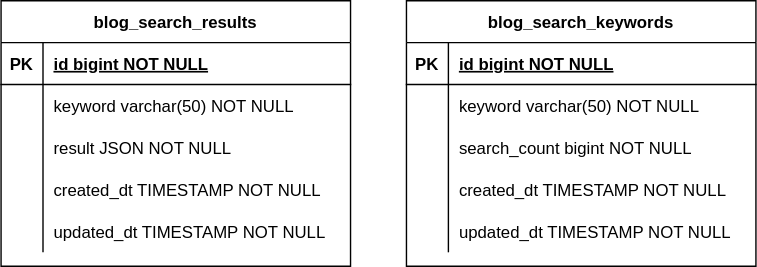
Above: blog-search-erd.svg in ChangwookYang/blog-search-service (draw.io), before the change. Source tidied: cells renumbered, new cells last; positions are measured from the earlier drawing's top-left corner, leaving out a move shared by most shapes.
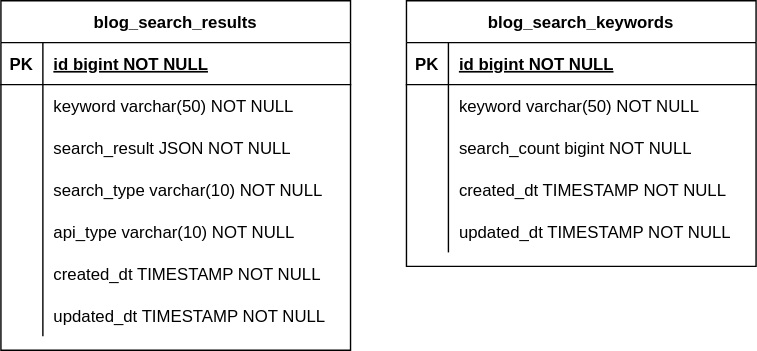
Above is the later version.

Commit message:
#11 - blog_search_results ERD 변경사항 업데이트

What changed in the source:
```diff
@@ -51,7 +51,7 @@
       <mxGeometry x="30" width="220" height="30" as="geometry" />
     </mxCell>
     <mxCell id="18" value="blog_search_results" style="shape=table;startSize=30;rowLines=0;fontStyle=1;align=center;" parent="1" vertex="1">
-      <mxGeometry width="250" height="190" as="geometry" />
+      <mxGeometry width="250" height="250" as="geometry" />
     </mxCell>
     <mxCell id="19" style="shape=partialRectangle;fillColor=none;top=0;left=0;right=0;bottom=1;" parent="18" vertex="1">
       <mxGeometry y="30" width="250" height="30" as="geometry" />
@@ -77,11 +77,29 @@
     <mxCell id="26" style="shape=partialRectangle;overflow=hidden;fillColor=none;top=0;left=0;bottom=0;right=0;" parent="25" vertex="1">
       <mxGeometry width="30" height="30" as="geometry" />
     </mxCell>
-    <mxCell id="27" value="result JSON NOT NULL" style="shape=partialRectangle;overflow=hidden;fillColor=none;top=0;left=0;bottom=0;right=0;align=left;spacingLeft=6;" parent="25" vertex="1">
+    <mxCell id="27" value="search_result JSON NOT NULL" style="shape=partialRectangle;overflow=hidden;fillColor=none;top=0;left=0;bottom=0;right=0;align=left;spacingLeft=6;" parent="25" vertex="1">
       <mxGeometry x="30" width="220" height="30" as="geometry" />
     </mxCell>
+    <mxCell id="34" style="shape=partialRectangle;fillColor=none;top=0;left=0;right=0;bottom=0;" parent="18" vertex="1">
+      <mxGeometry y="120" width="250" height="30" as="geometry" />
+    </mxCell>
+    <mxCell id="35" style="shape=partialRectangle;overflow=hidden;fillColor=none;top=0;left=0;bottom=0;right=0;" parent="34" vertex="1">
+      <mxGeometry width="30" height="30" as="geometry" />
+    </mxCell>
+    <mxCell id="36" value="search_type varchar(10) NOT NULL" style="shape=partialRectangle;overflow=hidden;fillColor=none;top=0;left=0;bottom=0;right=0;align=left;spacingLeft=6;" parent="34" vertex="1">
+      <mxGeometry x="30" width="220" height="30" as="geometry" />
+    </mxCell>
+    <mxCell id="37" style="shape=partialRectangle;fillColor=none;top=0;left=0;right=0;bottom=0;" parent="18" vertex="1">
+      <mxGeometry y="150" width="250" height="30" as="geometry" />
+    </mxCell>
+    <mxCell id="38" style="shape=partialRectangle;overflow=hidden;fillColor=none;top=0;left=0;bottom=0;right=0;" parent="37" vertex="1">
+      <mxGeometry width="30" height="30" as="geometry" />
+    </mxCell>
+    <mxCell id="39" value="api_type varchar(10) NOT NULL" style="shape=partialRectangle;overflow=hidden;fillColor=none;top=0;left=0;bottom=0;right=0;align=left;spacingLeft=6;" parent="37" vertex="1">
+      <mxGeometry x="30" width="220" height="30" as="geometry" />
+    </mxCell>
     <mxCell id="28" style="shape=partialRectangle;fillColor=none;top=0;left=0;right=0;bottom=0;" parent="18" vertex="1">
-      <mxGeometry y="120" width="250" height="30" as="geometry" />
+      <mxGeometry y="180" width="250" height="30" as="geometry" />
     </mxCell>
     <mxCell id="29" style="shape=partialRectangle;overflow=hidden;fillColor=none;top=0;left=0;bottom=0;right=0;" parent="28" vertex="1">
       <mxGeometry width="30" height="30" as="geometry" />
@@ -90,7 +108,7 @@
       <mxGeometry x="30" width="220" height="30" as="geometry" />
     </mxCell>
     <mxCell id="31" style="shape=partialRectangle;fillColor=none;top=0;left=0;right=0;bottom=0;" parent="18" vertex="1">
-      <mxGeometry y="150" width="250" height="30" as="geometry" />
+      <mxGeometry y="210" width="250" height="30" as="geometry" />
     </mxCell>
     <mxCell id="32" style="shape=partialRectangle;overflow=hidden;fillColor=none;top=0;left=0;bottom=0;right=0;" parent="31" vertex="1">
       <mxGeometry width="30" height="30" as="geometry" />
```
